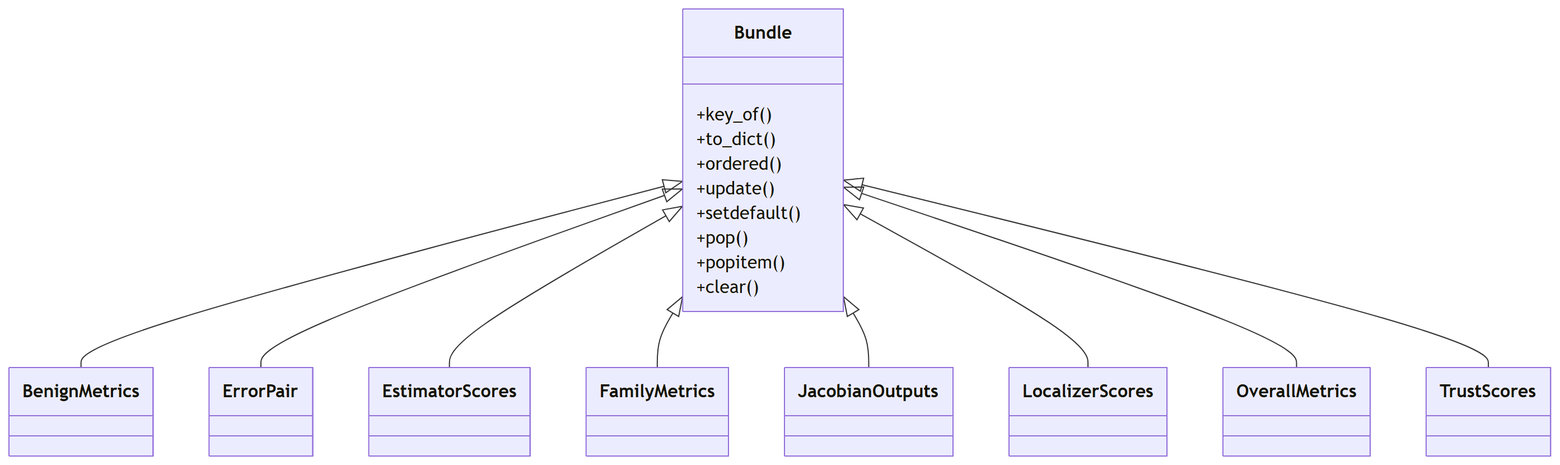
Before: docs/figures/diagrams/classes_scores.png, a diagram exported from Mermaid (myersben9/fdia-graph). Its source is kept beside it as docs/figures/diagrams/classes_scores.mmd.
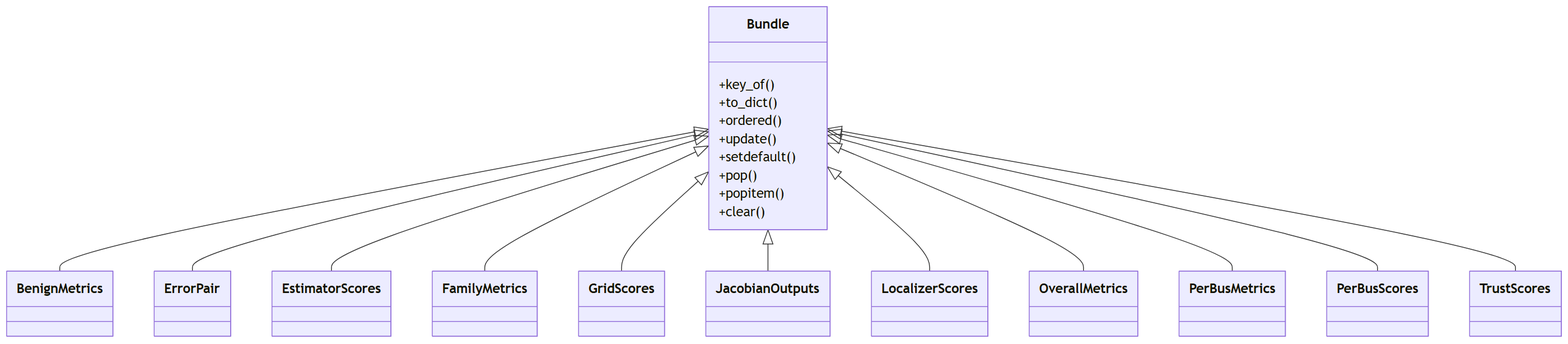
The same file after the commit.

Change to the diagram source:
```diff
@@ -21,6 +21,12 @@
     }
     class LocalizerScores {
     }
+    class PerBusMetrics {
+    }
+    class PerBusScores {
+    }
+    class GridScores {
+    }
     class TrustScores {
     }
     class JacobianOutputs {
@@ -29,7 +35,10 @@
     Bundle <|-- ErrorPair
     Bundle <|-- EstimatorScores
     Bundle <|-- FamilyMetrics
+    Bundle <|-- GridScores
     Bundle <|-- JacobianOutputs
     Bundle <|-- LocalizerScores
     Bundle <|-- OverallMetrics
+    Bundle <|-- PerBusMetrics
+    Bundle <|-- PerBusScores
     Bundle <|-- TrustScores
```
